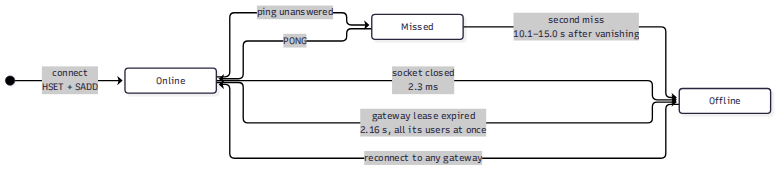
This is markdown/system-design-interview/assets/009/04-states.png from haraGADygyl/medium-python-articles, a Mermaid export, as it was before one commit. Its source is kept beside it as markdown/system-design-interview/assets/009/04-states.mmd.
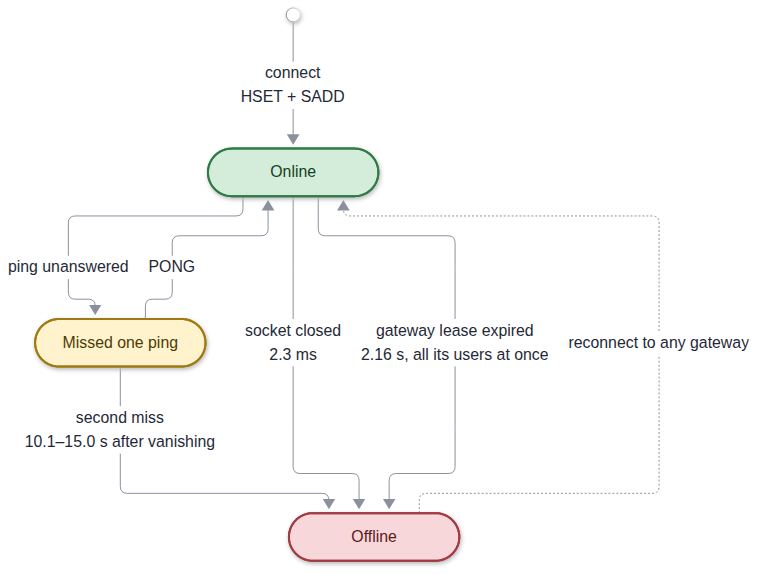
After the change.

Commit message:
fix: restyle system-design-interview/009 state diagram for readability

What changed in the source:
```diff
@@ -1,9 +1,19 @@
-stateDiagram-v2
-    direction LR
-    [*] --> Online: connect<br/>HSET + SADD
-    Online --> Missed: ping unanswered
-    Missed --> Online: PONG
-    Missed --> Offline: second miss<br/>10.1–15.0 s after vanishing
-    Online --> Offline: socket closed<br/>2.3 ms
-    Online --> Offline: gateway lease expired<br/>2.16 s, all its users at once
-    Offline --> Online: reconnect to any gateway
+%%{init: {"theme": "base", "themeVariables": {"fontSize": "16px", "edgeLabelBackground": "#ffffff", "lineColor": "#8a919c", "primaryTextColor": "#1f2937", "primaryColor": "#ffffff", "primaryBorderColor": "#8a919c"}, "flowchart": {"curve": "basis", "wrappingWidth": 400, "rankSpacing": 55, "nodeSpacing": 40}}}%%
+flowchart TB
+    start@{ shape: sm-circ }
+    start -- "connect<br/>HSET + SADD" --> online(["Online"])
+    online -- "ping unanswered" --> missed(["Missed one ping"])
+    missed -- "PONG" --> online
+    missed -- "second miss<br/>10.1–15.0 s after vanishing" --> offline(["Offline"])
+    online -- "socket closed<br/>2.3 ms" --> offline
+    online -- "gateway lease expired<br/>2.16 s, all its users at once" --> offline
+    offline -. "reconnect to any gateway" .-> online
+    classDef dot fill:#4b5563,stroke:#4b5563
+    classDef up fill:#d4edda,stroke:#2f7a45,stroke-width:2px,color:#14401f
+    classDef warn fill:#fff3cd,stroke:#a07a10,stroke-width:2px,color:#4d3a05
+    classDef down fill:#f8d7da,stroke:#a33a43,stroke-width:2px,color:#5c1a20
+    class start dot
+    class online up
+    class missed warn
+    class offline down
+    style start fill:#4b5563,stroke:#4b5563
```
